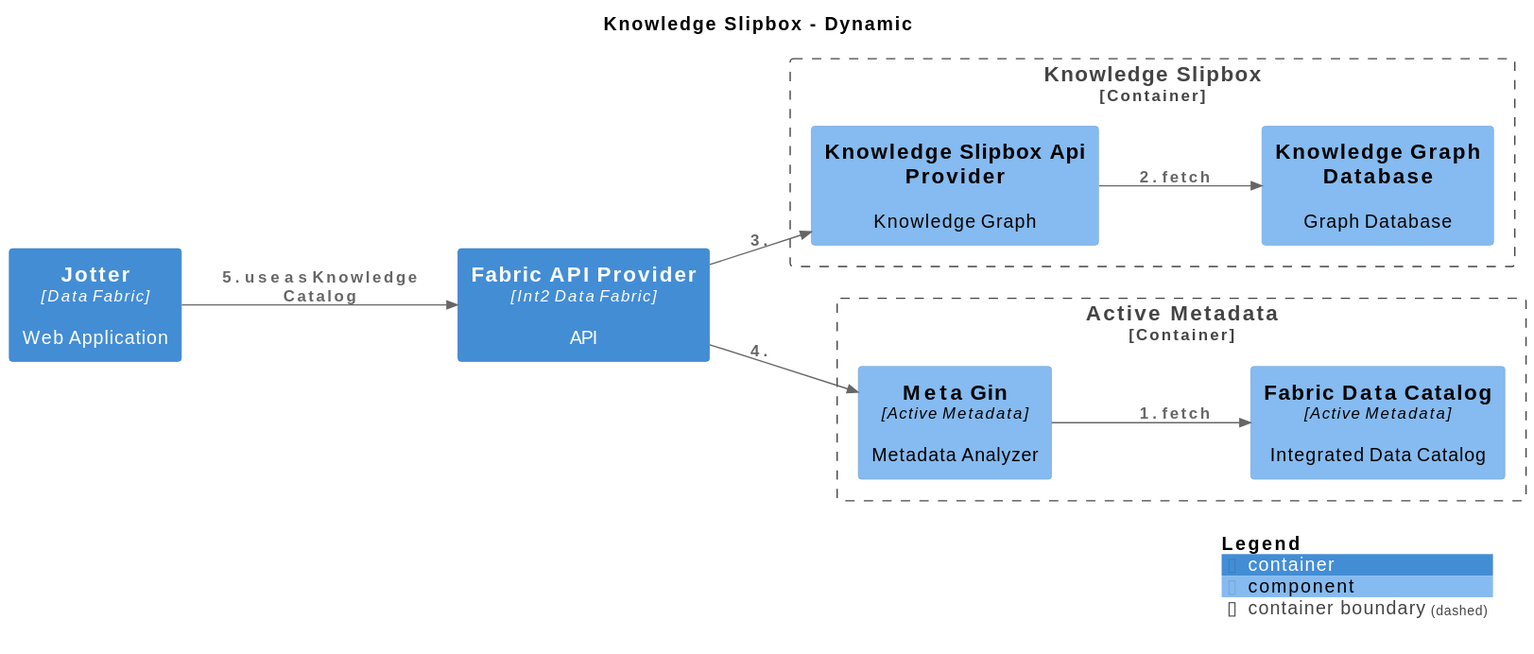
The PlantUML diagram svg/KnowledgeCatalog-KnowledgeCatalog.svg in IntellectusCorp/data-fabric-docs, before a commit. Its source is kept beside it as puml/KnowledgeCatalog-KnowledgeCatalog.puml.
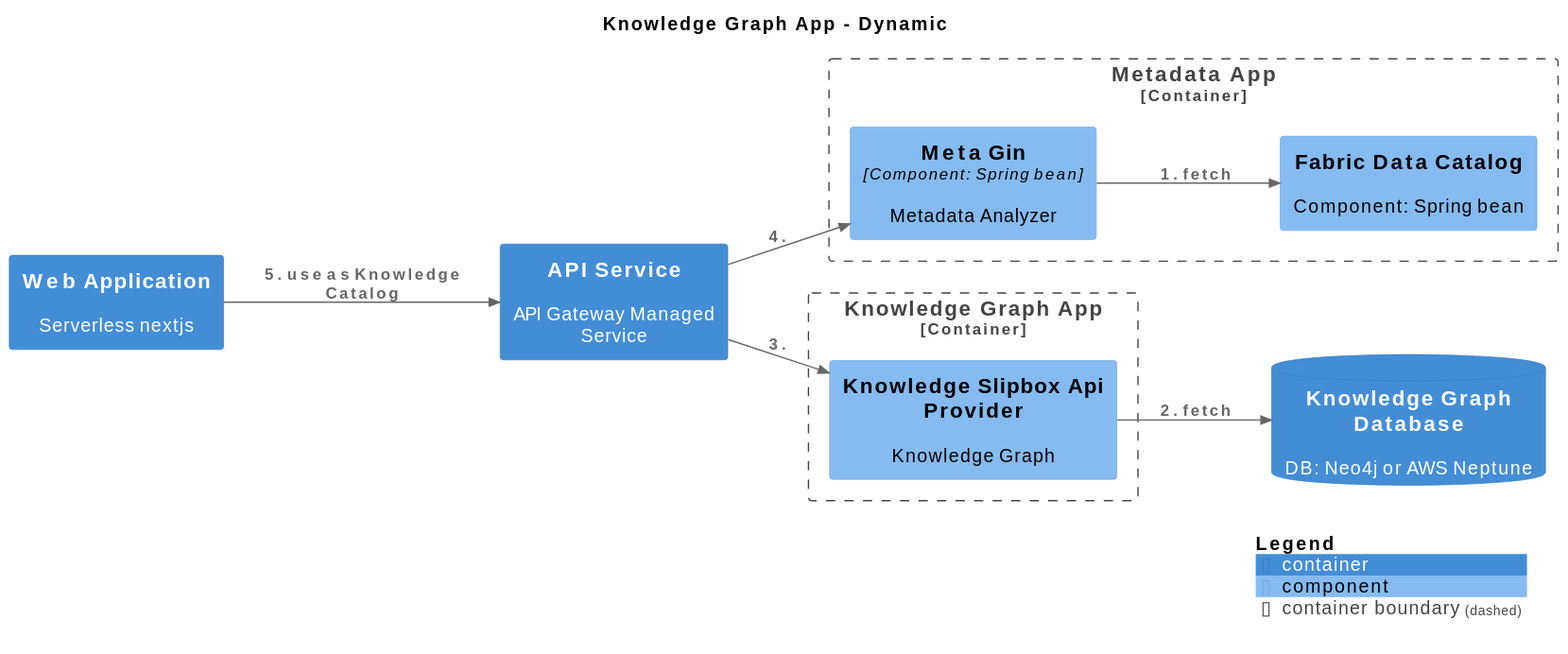
The same diagram one commit later.

What changed in the source:
```diff
@@ -1,6 +1,6 @@
 @startuml
 set separator none
-title Knowledge Slipbox - Dynamic
+title Knowledge Graph App - Dynamic
 
 left to right direction
 
@@ -11,24 +11,24 @@
 
 skinparam svgDimensionStyle false
 skinparam preserveAspectRatio meet
-Container_Boundary("DataFabric.KnowledgeSlipbox_boundary", "Knowledge Slipbox", $tags="") {
-  Component(DataFabric.KnowledgeSlipbox.KnowledgeGraphDatabase, "Knowledge Graph Database", $techn="", $descr="Graph Database", $tags="", $link="")
-  Component(DataFabric.KnowledgeSlipbox.KnowledgeSlipboxApiProvider, "Knowledge Slipbox Api Provider", $techn="", $descr="Knowledge Graph", $tags="", $link="")
+Container_Boundary("DataFabric.MetadataApp_boundary", "Metadata App", $tags="") {
+  Component(DataFabric.MetadataApp.MetaGin, "Meta Gin", $techn="Component: Spring bean", $descr="Metadata Analyzer", $tags="", $link="")
+  Component(DataFabric.MetadataApp.FabricDataCatalog, "Fabric Data Catalog", $techn="", $descr="Component: Spring bean", $tags="", $link="")
 }
 
-Container_Boundary("DataFabric.ActiveMetadata_boundary", "Active Metadata", $tags="") {
-  Component(DataFabric.ActiveMetadata.MetaGin, "Meta Gin", $techn="Active Metadata", $descr="Metadata Analyzer", $tags="", $link="")
-  Component(DataFabric.ActiveMetadata.FabricDataCatalog, "Fabric Data Catalog", $techn="Active Metadata", $descr="Integrated Data Catalog", $tags="", $link="")
+Container_Boundary("DataFabric.KnowledgeGraphApp_boundary", "Knowledge Graph App", $tags="") {
+  Component(DataFabric.KnowledgeGraphApp.KnowledgeSlipboxApiProvider, "Knowledge Slipbox Api Provider", $techn="", $descr="Knowledge Graph", $tags="", $link="")
 }
 
-Container(DataFabric.Jotter, "Jotter", $techn="Data Fabric", $descr="Web Application", $tags="", $link="")
-Container(DataFabric.FabricAPIProvider, "Fabric API Provider", $techn="Int2 Data Fabric", $descr="API", $tags="", $link="")
+ContainerDb(DataFabric.KnowledgeGraphDatabase, "Knowledge Graph Database", $techn="", $descr="DB: Neo4j or AWS Neptune", $tags="", $link="")
+Container(DataFabric.WebApplication, "Web Application", $techn="", $descr="Serverless nextjs", $tags="", $link="")
+Container(DataFabric.APIService, "API Service", $techn="", $descr="API Gateway Managed Service", $tags="", $link="")
 
-Rel_D(DataFabric.ActiveMetadata.MetaGin, DataFabric.ActiveMetadata.FabricDataCatalog, "1. fetch", $techn="", $tags="", $link="")
-Rel_D(DataFabric.KnowledgeSlipbox.KnowledgeSlipboxApiProvider, DataFabric.KnowledgeSlipbox.KnowledgeGraphDatabase, "2. fetch", $techn="", $tags="", $link="")
-Rel_D(DataFabric.FabricAPIProvider, DataFabric.KnowledgeSlipbox.KnowledgeSlipboxApiProvider, "3. ", $techn="", $tags="", $link="")
-Rel_D(DataFabric.FabricAPIProvider, DataFabric.ActiveMetadata.MetaGin, "4. ", $techn="", $tags="", $link="")
-Rel_D(DataFabric.Jotter, DataFabric.FabricAPIProvider, "5. use as Knowledge Catalog", $techn="", $tags="", $link="")
+Rel_D(DataFabric.MetadataApp.MetaGin, DataFabric.MetadataApp.FabricDataCatalog, "1. fetch", $techn="", $tags="", $link="")
+Rel_D(DataFabric.KnowledgeGraphApp.KnowledgeSlipboxApiProvider, DataFabric.KnowledgeGraphDatabase, "2. fetch", $techn="", $tags="", $link="")
+Rel_D(DataFabric.APIService, DataFabric.KnowledgeGraphApp.KnowledgeSlipboxApiProvider, "3. ", $techn="", $tags="", $link="")
+Rel_D(DataFabric.APIService, DataFabric.MetadataApp.MetaGin, "4. ", $techn="", $tags="", $link="")
+Rel_D(DataFabric.WebApplication, DataFabric.APIService, "5. use as Knowledge Catalog", $techn="", $tags="", $link="")
 
 SHOW_LEGEND(true)
 @enduml
```
